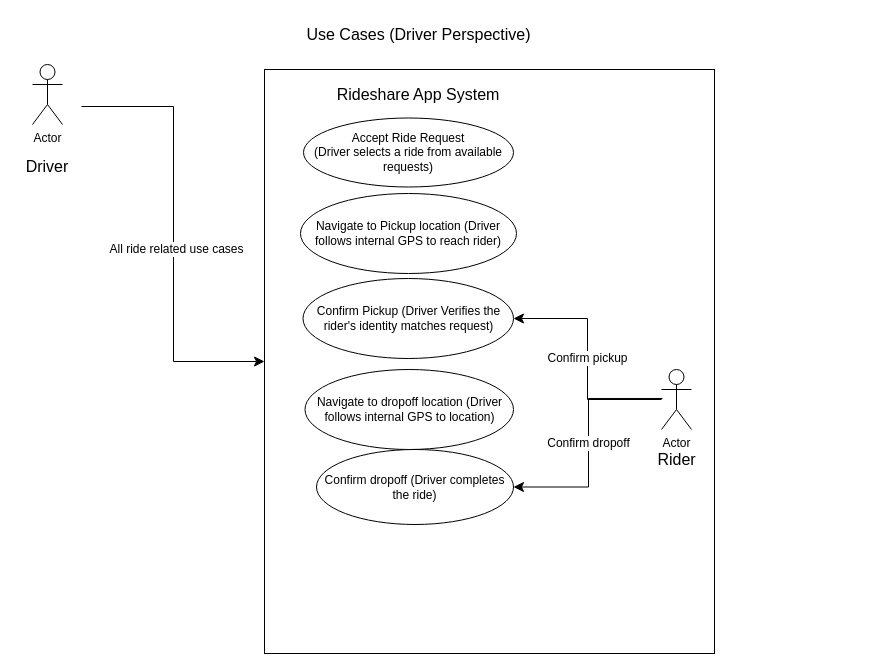
The draw.io diagram rideshare_project/Use Case Diagram for Driver Picking Up and Dropping Off a Ride.drawio in nthkyung/rideshare-app, before the edit. Source tidied: cells renumbered, new cells numbered last; positions are measured from the earlier drawing's top-left corner, leaving out a move shared by most shapes. Both pictures are drawn from the tidied source at 100%, with x=0, y=0 at pixel (17, 19).
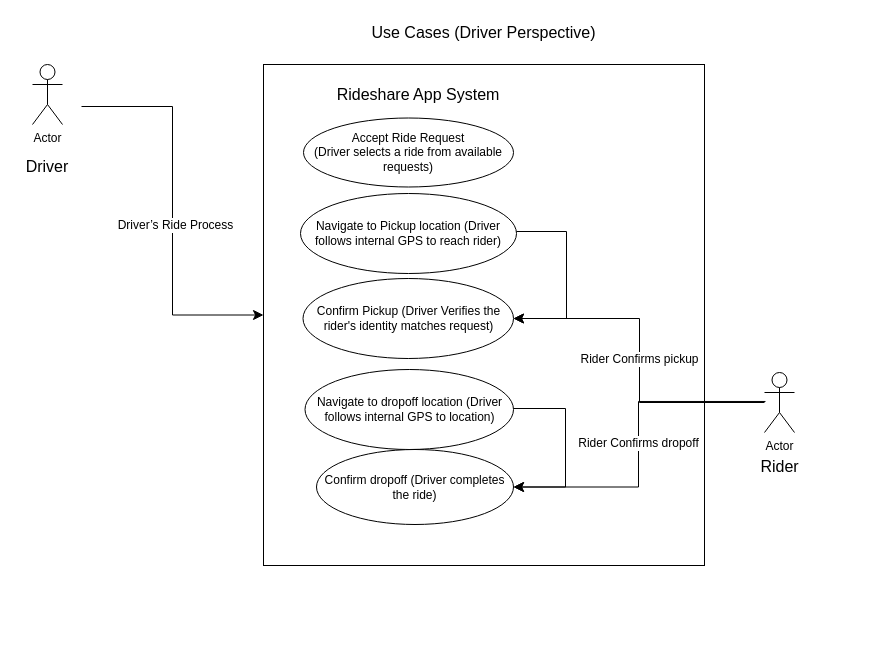
Above is the later version.

Unchanged cells that the change refers to:
```xml
<mxCell id="9" value="Confirm Pickup (Driver Verifies the rider's identity matches request)" style="ellipse;whiteSpace=wrap;html=1;" parent="1" vertex="1">
  <mxGeometry x="285.5" y="259" width="210.5" height="80" as="geometry" />
</mxCell>
<mxCell id="11" value="Confirm dropoff (Driver completes the ride)" style="ellipse;whiteSpace=wrap;html=1;" parent="1" vertex="1">
  <mxGeometry x="299" y="430" width="197" height="75" as="geometry" />
</mxCell>
<mxCell id="12" style="edgeStyle=elbowEdgeStyle;elbow=horizontal;endArrow=classic;html=1;curved=0;rounded=0;endSize=8;startSize=8;fontSize=12;" parent="1" edge="1" target="4">
  <mxGeometry relative="1" as="geometry">
    <mxPoint x="64" y="87" as="sourcePoint" />
  </mxGeometry>
</mxCell>
```

Change to the diagram source:
```diff
@@
     <mxCell id="4" style="rounded=0;whiteSpace=wrap;html=1;" parent="1" vertex="1">
-      <mxGeometry x="247" y="50" width="450" height="584" as="geometry" />
+      <mxGeometry x="246" y="45" width="441" height="501" as="geometry" />
     </mxCell>
@@
     <mxCell id="7" value="Use Cases (Driver Perspective)" style="text;strokeColor=none;fillColor=none;html=1;align=center;verticalAlign=middle;whiteSpace=wrap;rounded=0;fontSize=16;" parent="1" vertex="1">
-      <mxGeometry x="272.8" width="256.5" height="30" as="geometry" />
+      <mxGeometry x="338.2" y="-2" width="256.5" height="30" as="geometry" />
     </mxCell>
@@
-    <mxCell id="13" value="All ride related use cases" style="edgeLabel;html=1;align=center;verticalAlign=middle;fontSize=12;" parent="12" vertex="1">
+    <mxCell id="13" value="Driver’s Ride Process" style="edgeLabel;html=1;align=center;verticalAlign=middle;fontSize=12;" parent="12" vertex="1">
       <mxGeometry x="0.07" y="2" relative="1" as="geometry" />
     </mxCell>
     <mxCell id="14" value="Actor" style="shape=umlActor;verticalLabelPosition=bottom;verticalAlign=top;html=1;outlineConnect=0;" parent="1" vertex="1">
-      <mxGeometry x="644" y="350" width="30" height="60" as="geometry" />
+      <mxGeometry x="747" y="353" width="30" height="60" as="geometry" />
     </mxCell>
     <mxCell id="15" value="Rider" style="text;strokeColor=none;fillColor=none;html=1;align=center;verticalAlign=middle;whiteSpace=wrap;rounded=0;fontSize=16;direction=south;" parent="1" vertex="1">
-      <mxGeometry x="583.5" y="410" width="151" height="60" as="geometry" />
+      <mxGeometry x="686.5" y="417" width="151" height="60" as="geometry" />
     </mxCell>
-    <mxCell id="16" value="Confirm pickup" style="edgeStyle=elbowEdgeStyle;elbow=horizontal;endArrow=classic;html=1;curved=0;rounded=0;endSize=8;startSize=8;fontSize=12;" parent="1" edge="1" source="14" target="9">
+    <mxCell id="16" value="Rider Confirms pickup" style="edgeStyle=elbowEdgeStyle;elbow=horizontal;endArrow=classic;html=1;curved=0;rounded=0;endSize=8;startSize=8;fontSize=12;" parent="1" edge="1" source="14" target="9">
       <mxGeometry relative="1" as="geometry" />
     </mxCell>
-    <mxCell id="17" value="Confirm dropoff" style="edgeStyle=elbowEdgeStyle;elbow=horizontal;endArrow=classic;html=1;curved=0;rounded=0;endSize=8;startSize=8;fontSize=12;entryX=1;entryY=0.5;entryDx=0;entryDy=0;exitX=0.033;exitY=0.483;exitDx=0;exitDy=0;exitPerimeter=0;" parent="1" edge="1" source="14" target="11">
+    <mxCell id="17" value="Rider Confirms dropoff" style="edgeStyle=elbowEdgeStyle;elbow=horizontal;endArrow=classic;html=1;curved=0;rounded=0;endSize=8;startSize=8;fontSize=12;entryX=1;entryY=0.5;entryDx=0;entryDy=0;exitX=0.033;exitY=0.483;exitDx=0;exitDy=0;exitPerimeter=0;" parent="1" edge="1" source="14" target="11">
       <mxGeometry relative="1" as="geometry">
         <Array as="points">
-          <mxPoint x="571" y="422" />
-          <mxPoint x="571" y="427" />
+          <mxPoint x="621" y="421" />
         </Array>
       </mxGeometry>
     </mxCell>
+    <mxCell id="18" style="edgeStyle=segmentEdgeStyle;endArrow=classic;html=1;curved=0;rounded=0;endSize=8;startSize=8;fontSize=12;entryX=1;entryY=0.5;entryDx=0;entryDy=0;" parent="1" edge="1" target="9">
+      <mxGeometry relative="1" as="geometry">
+        <mxPoint x="499" y="212" as="sourcePoint" />
+        <Array as="points">
+          <mxPoint x="549" y="212" />
+          <mxPoint x="549" y="299" />
+        </Array>
+      </mxGeometry>
+    </mxCell>
+    <mxCell id="19" style="edgeStyle=segmentEdgeStyle;endArrow=classic;html=1;curved=0;rounded=0;endSize=8;startSize=8;fontSize=12;entryX=1;entryY=0.5;entryDx=0;entryDy=0;" parent="1" edge="1" target="11">
+      <mxGeometry relative="1" as="geometry">
+        <mxPoint x="496" y="389" as="sourcePoint" />
+        <Array as="points">
+          <mxPoint x="548" y="389" />
+          <mxPoint x="548" y="467" />
+        </Array>
+      </mxGeometry>
+    </mxCell>
+    <mxCell id="20" style="edgeStyle=none;curved=1;rounded=0;orthogonalLoop=1;jettySize=auto;html=1;exitX=0.5;exitY=1;exitDx=0;exitDy=0;fontSize=12;startSize=8;endSize=8;" parent="1" edge="1" source="4" target="4">
+      <mxGeometry relative="1" as="geometry" />
+    </mxCell>
+    <mxCell id="21" style="edgeStyle=none;curved=1;rounded=0;orthogonalLoop=1;jettySize=auto;html=1;exitX=0.5;exitY=0;exitDx=0;exitDy=0;fontSize=12;startSize=8;endSize=8;" parent="1" edge="1" source="4" target="4">
+      <mxGeometry relative="1" as="geometry" />
+    </mxCell>
```
